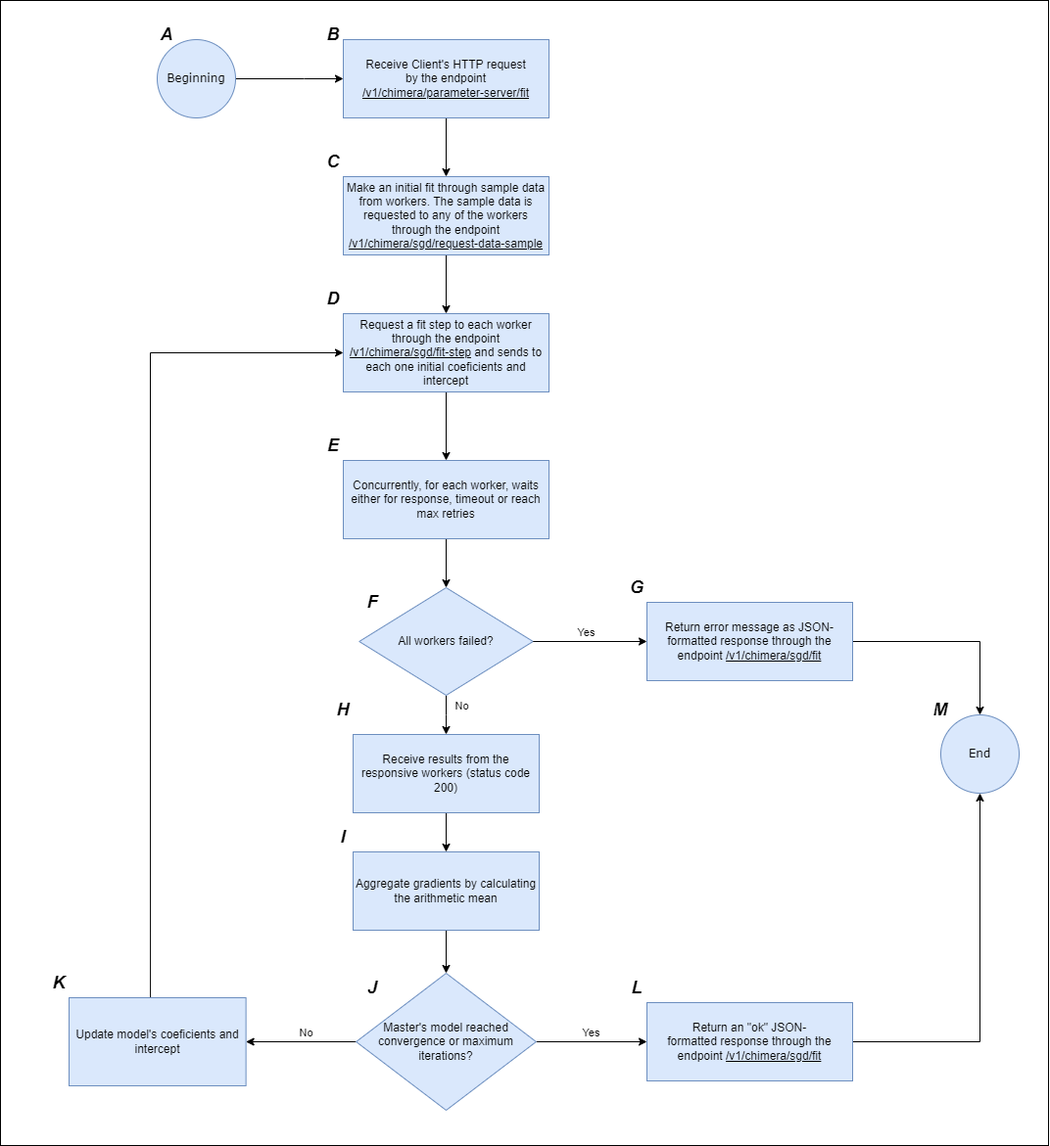
Before: images/master/parameter_server_master_fit_state_machine_flowchart.png, a diagram exported from draw.io (Samirnunes/chimera). Source tidied: cells renumbered, new cells last; positions are measured from the earlier drawing's top-left corner, leaving out a move shared by most shapes.
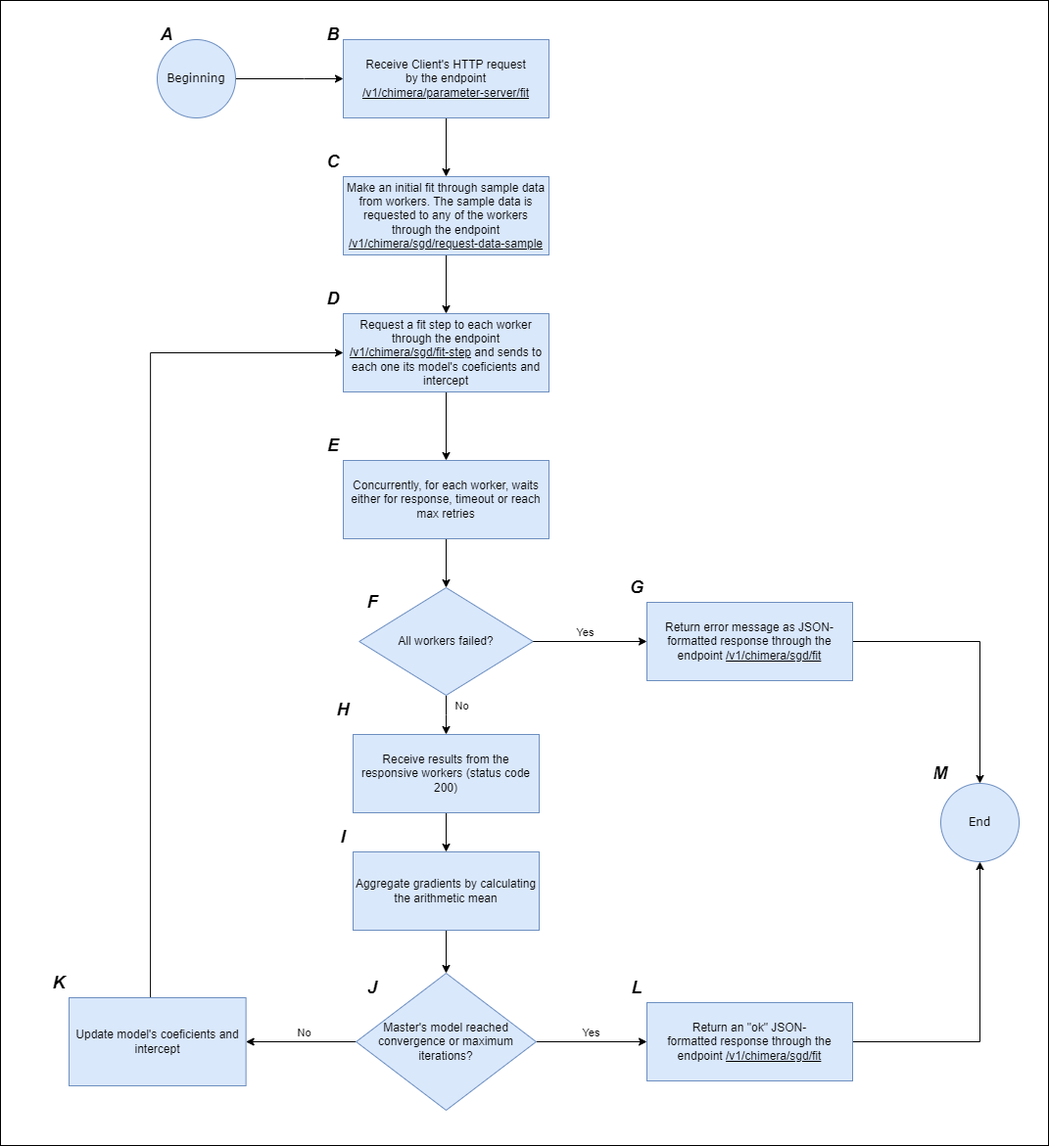
Later version of the same file.

The edit, as a diff of the source:
```diff
@@ -31,7 +31,7 @@
     <mxCell id="9" style="edgeStyle=orthogonalEdgeStyle;rounded=0;jettySize=auto;html=1;entryX=0.5;entryY=0;entryDx=0;entryDy=0;" parent="1" edge="1" source="10" target="12">
       <mxGeometry relative="1" as="geometry" />
     </mxCell>
-    <mxCell id="10" value="Request a fit step to each worker through the endpoint &lt;u&gt;/v1/chimera/sgd/fit-step&lt;/u&gt;&amp;nbsp;and sends to each one initial coeficients and intercept" style="rounded=0;whiteSpace=wrap;html=1;fillColor=#dae8fc;strokeColor=#6c8ebf;" parent="1" vertex="1">
+    <mxCell id="10" value="Request a fit step to each worker through the endpoint &lt;u&gt;/v1/chimera/sgd/fit-step&lt;/u&gt;&amp;nbsp;and sends to each one its model's coeficients and intercept" style="rounded=0;whiteSpace=wrap;html=1;fillColor=#dae8fc;strokeColor=#6c8ebf;" parent="1" vertex="1">
       <mxGeometry x="350" y="320" width="210" height="80" as="geometry" />
     </mxCell>
     <mxCell id="11" style="edgeStyle=orthogonalEdgeStyle;rounded=0;jettySize=auto;html=1;entryX=0.5;entryY=0;entryDx=0;entryDy=0;" parent="1" edge="1" source="12" target="26">
@@ -107,7 +107,7 @@
       </mxGeometry>
     </mxCell>
     <mxCell id="31" value="&lt;font face=&quot;Verdana&quot;&gt;End&lt;/font&gt;" style="ellipse;whiteSpace=wrap;html=1;fillColor=#dae8fc;strokeColor=#6c8ebf;" parent="1" vertex="1">
-      <mxGeometry x="960" y="730" width="80" height="80" as="geometry" />
+      <mxGeometry x="960" y="800" width="80" height="80" as="geometry" />
     </mxCell>
     <mxCell id="32" value="&lt;font face=&quot;Helvetica&quot; style=&quot;font-size: 18px;&quot;&gt;&lt;i style=&quot;&quot;&gt;&lt;b style=&quot;&quot;&gt;C&lt;/b&gt;&lt;/i&gt;&lt;/font&gt;" style="text;html=1;align=center;verticalAlign=middle;whiteSpace=wrap;rounded=0;" parent="1" vertex="1">
       <mxGeometry x="310" y="150" width="60" height="30" as="geometry" />
@@ -152,7 +152,7 @@
       <mxGeometry x="30" y="989" width="60" height="30" as="geometry" />
     </mxCell>
     <mxCell id="46" value="&lt;font face=&quot;Helvetica&quot; style=&quot;font-size: 18px;&quot;&gt;&lt;i style=&quot;&quot;&gt;&lt;b style=&quot;&quot;&gt;M&lt;/b&gt;&lt;/i&gt;&lt;/font&gt;" style="text;html=1;align=center;verticalAlign=middle;whiteSpace=wrap;rounded=0;" parent="1" vertex="1">
-      <mxGeometry x="930" y="710" width="60" height="30" as="geometry" />
+      <mxGeometry x="930" y="775" width="60" height="30" as="geometry" />
     </mxCell>
   </root>
 </mxGraphModel>
```
